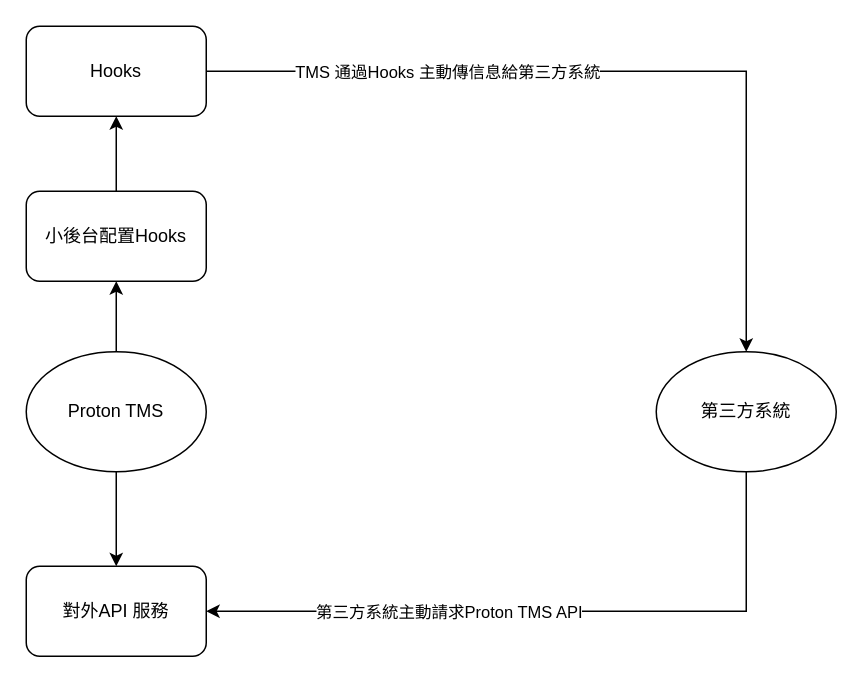
Earlier version of the draw.io diagram tms_saas.drawio (wingtian/SAP_F). Source tidied: cells renumbered, new cells numbered last; positions are measured from the earlier drawing's top-left corner, leaving out a move shared by most shapes. Both pictures are drawn from the tidied source at 150%, with x=0, y=0 at pixel (26, 26).
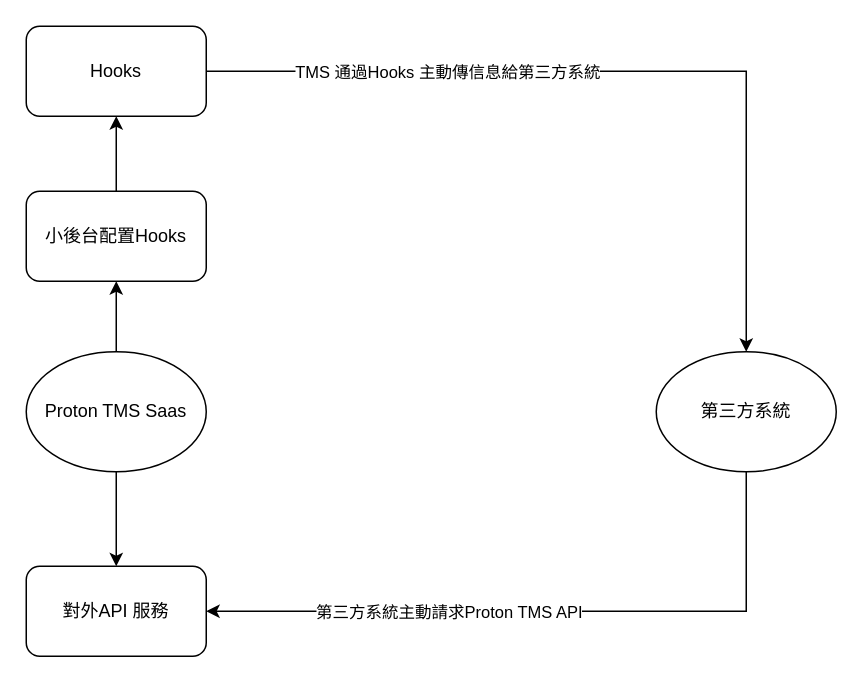
The same page after the edit.

Change to the diagram source:
```diff
@@
 <mxGraphModel>
   <root>
     <mxCell id="0" />
     <mxCell id="1" parent="0" />
     <mxCell id="2" style="edgeStyle=orthogonalEdgeStyle;rounded=0;jettySize=auto;html=1;entryX=0.5;entryY=0;entryDx=0;entryDy=0;" parent="1" edge="1" source="4" target="8">
       <mxGeometry relative="1" as="geometry" />
     </mxCell>
     <mxCell id="3" style="edgeStyle=orthogonalEdgeStyle;rounded=0;jettySize=auto;html=1;" parent="1" edge="1" source="4">
       <mxGeometry relative="1" as="geometry">
         <mxPoint x="60" y="170" as="targetPoint" />
       </mxGeometry>
     </mxCell>
-    <mxCell id="4" value="Proton TMS" style="ellipse;whiteSpace=wrap;html=1;" parent="1" vertex="1">
+    <mxCell id="4" value="Proton TMS Saas" style="ellipse;whiteSpace=wrap;html=1;" parent="1" vertex="1">
       <mxGeometry y="217" width="120" height="80" as="geometry" />
     </mxCell>
     <mxCell id="5" style="edgeStyle=orthogonalEdgeStyle;rounded=0;jettySize=auto;html=1;entryX=1;entryY=0.5;entryDx=0;entryDy=0;exitX=0.5;exitY=1;exitDx=0;exitDy=0;" parent="1" edge="1" source="7" target="8">
       <mxGeometry relative="1" as="geometry" />
     </mxCell>
     <mxCell id="6" value="第三方系統主動請求Proton TMS API" style="edgeLabel;html=1;align=center;verticalAlign=middle;" parent="5" vertex="1">
       <mxGeometry x="0.46" y="2" relative="1" as="geometry">
         <mxPoint x="39" y="-2" as="offset" />
       </mxGeometry>
     </mxCell>
     <mxCell id="7" value="第三方系統" style="ellipse;whiteSpace=wrap;html=1;" parent="1" vertex="1">
       <mxGeometry x="420" y="217" width="120" height="80" as="geometry" />
     </mxCell>
     <mxCell id="8" value="對外API 服務" style="rounded=1;whiteSpace=wrap;html=1;" parent="1" vertex="1">
       <mxGeometry y="360" width="120" height="60" as="geometry" />
     </mxCell>
     <mxCell id="9" style="edgeStyle=orthogonalEdgeStyle;rounded=0;jettySize=auto;html=1;entryX=0.5;entryY=0;entryDx=0;entryDy=0;" parent="1" edge="1" source="11" target="7">
       <mxGeometry relative="1" as="geometry" />
     </mxCell>
     <mxCell id="10" value="TMS 通過Hooks 主動傳信息給第三方系統" style="edgeLabel;html=1;align=center;verticalAlign=middle;" parent="9" vertex="1">
       <mxGeometry x="-0.52" y="1" relative="1" as="geometry">
         <mxPoint x="29" y="1" as="offset" />
       </mxGeometry>
     </mxCell>
     <mxCell id="11" value="Hooks" style="rounded=1;whiteSpace=wrap;html=1;" parent="1" vertex="1">
       <mxGeometry width="120" height="60" as="geometry" />
     </mxCell>
     <mxCell id="12" style="edgeStyle=orthogonalEdgeStyle;rounded=0;jettySize=auto;html=1;" parent="1" edge="1" source="13" target="11">
       <mxGeometry relative="1" as="geometry" />
     </mxCell>
     <mxCell id="13" value="小後台配置Hooks" style="rounded=1;whiteSpace=wrap;html=1;" parent="1" vertex="1">
       <mxGeometry y="110" width="120" height="60" as="geometry" />
     </mxCell>
   </root>
 </mxGraphModel>
```
